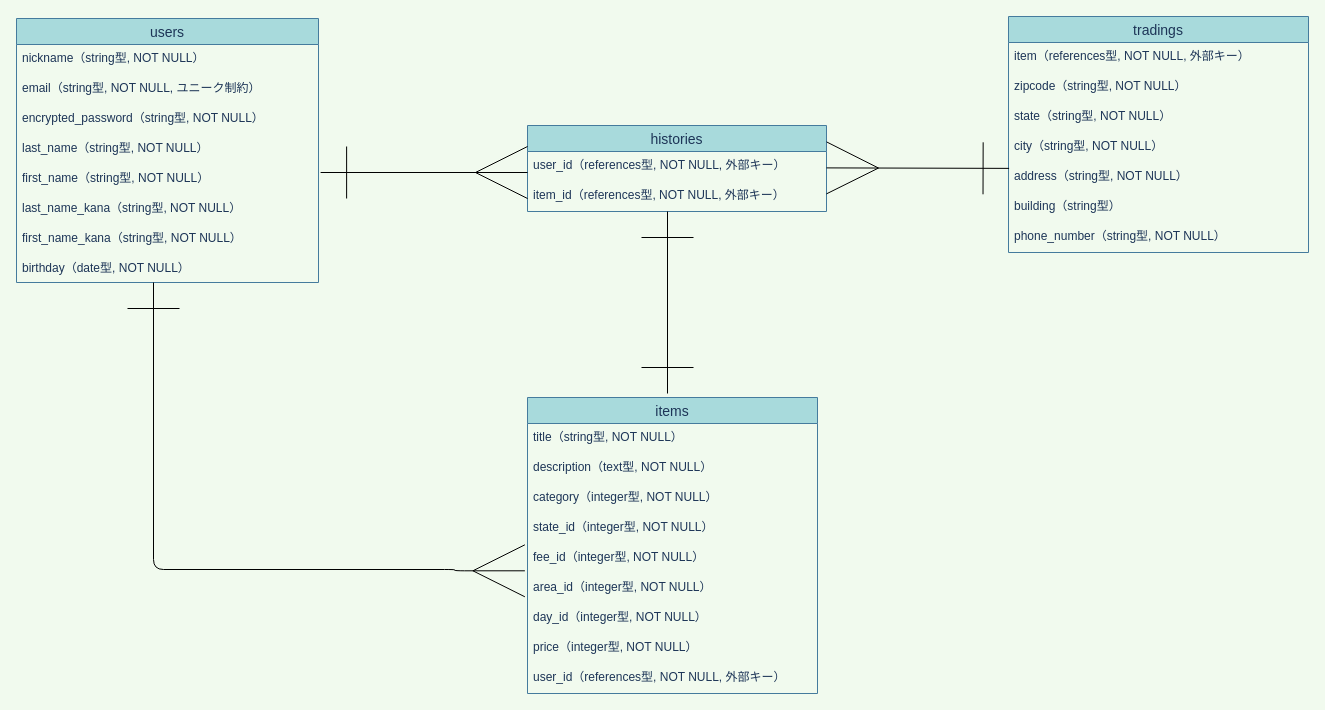
Before: config/ER.dio in fe3524/furima-36476, a draw.io diagram. Source tidied: cells renumbered, new cells numbered last; positions are measured from the earlier drawing's top-left corner, leaving out a move shared by most shapes. Both pictures are drawn from the tidied source at 100%, with x=0, y=0 at pixel (16, 16).
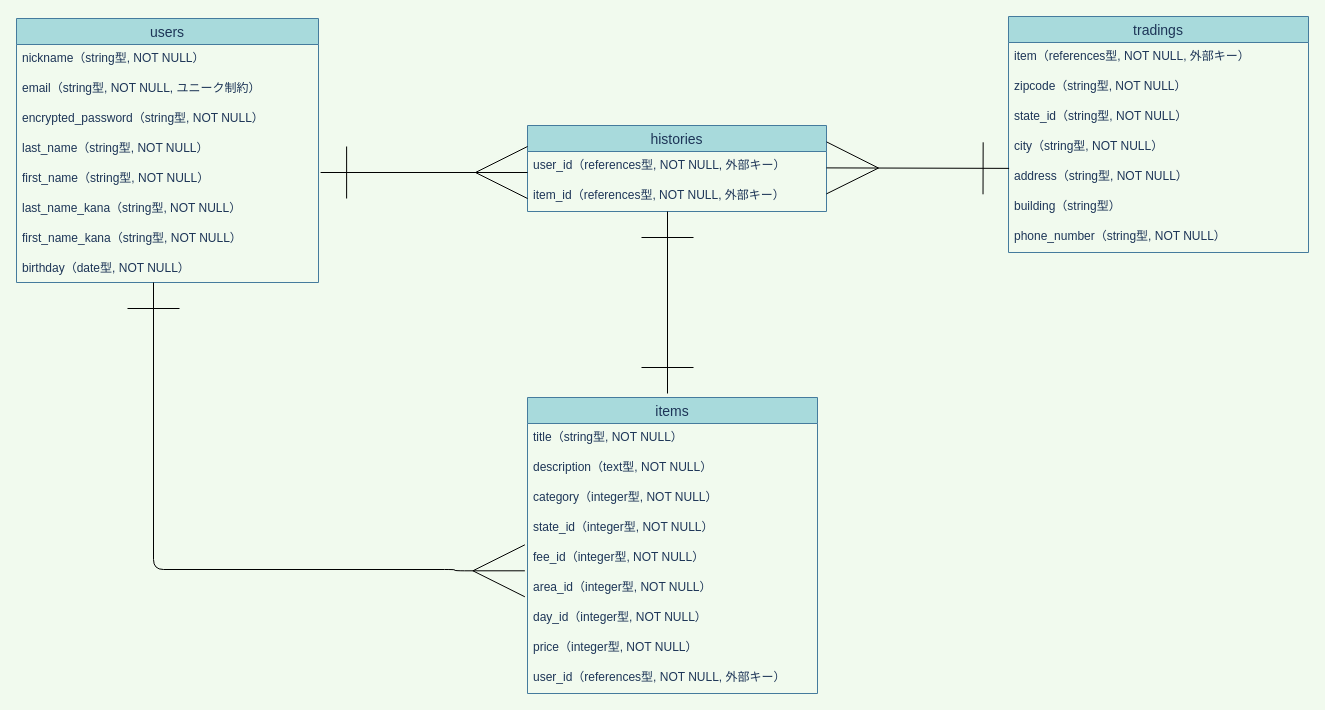
The same page after the edit.

Commit message (it also covers changes not shown here):
ER図／READMEの修正③

The change refers to these unchanged cells:
```xml
<mxCell id="21" value="tradings" style="swimlane;fontStyle=0;horizontal=1;startSize=26;align=center;fontSize=14;rounded=0;sketch=0;fillColor=#A8DADC;strokeColor=#457B9D;fontColor=#1D3557;" parent="1" vertex="1">
  <mxGeometry x="992" width="300" height="236" as="geometry" />
</mxCell>
```

The edit, as a diff of the source:
```diff
@@
-    <mxCell id="24" value="state（string型, NOT NULL）" style="text;strokeColor=none;fillColor=none;spacingLeft=4;spacingRight=4;overflow=hidden;fontSize=12;fontColor=#1D3557;" parent="21" vertex="1">
+    <mxCell id="24" value="state_id（string型, NOT NULL）" style="text;strokeColor=none;fillColor=none;spacingLeft=4;spacingRight=4;overflow=hidden;fontSize=12;fontColor=#1D3557;" parent="21" vertex="1">
       <mxGeometry y="86" width="300" height="30" as="geometry" />
     </mxCell>
```
